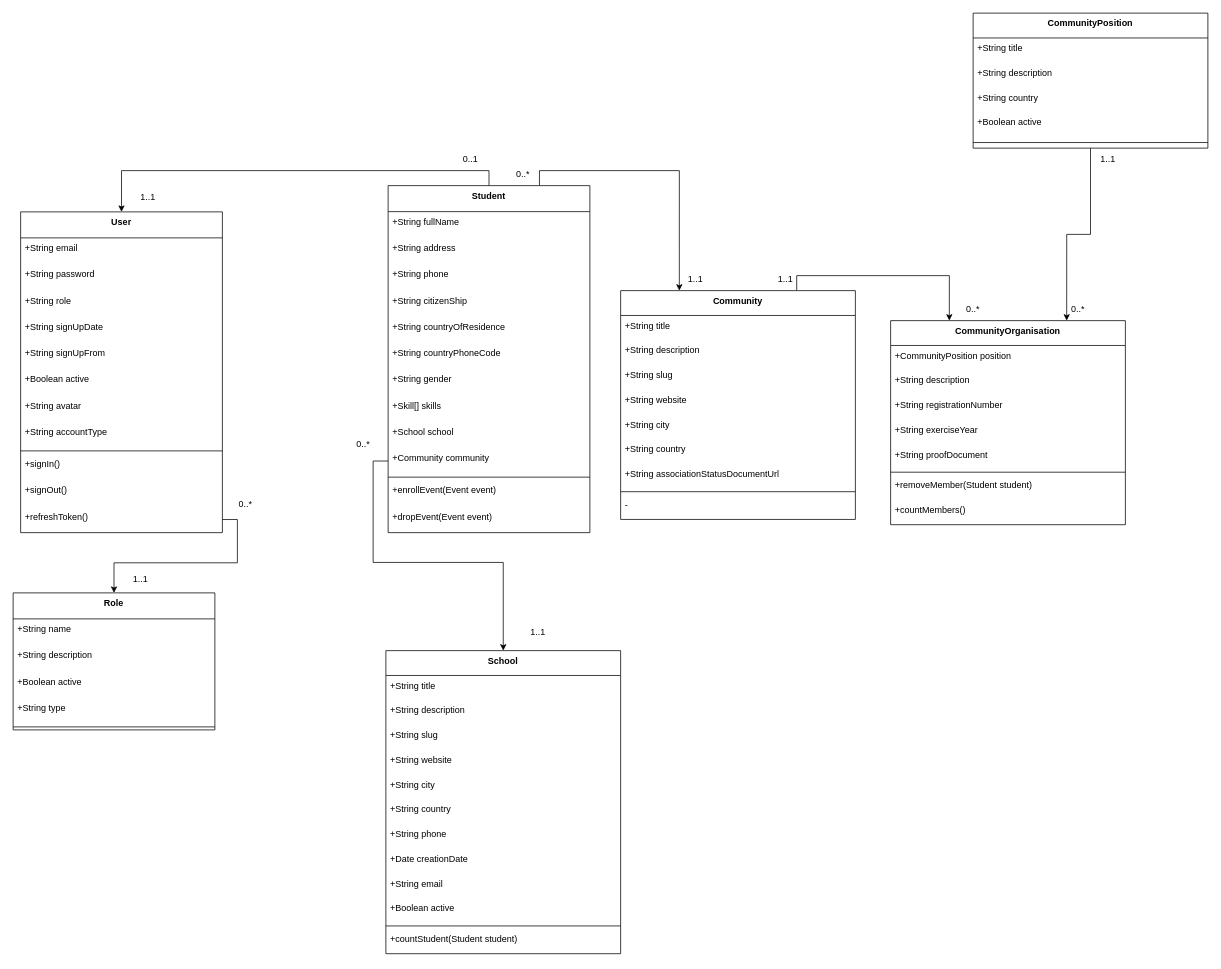
roniceyemeli/mini-projet-spring-boot-gl-e2-2025 keeps this draw.io diagram as mwanafunzi.drawio. Above is the earlier version. Source tidied: cells renumbered, new cells numbered last; positions are measured from the earlier drawing's top-left corner, leaving out a move shared by most shapes. Both pictures are drawn from the tidied source at 75%, with x=0, y=0 at pixel (13, 13).
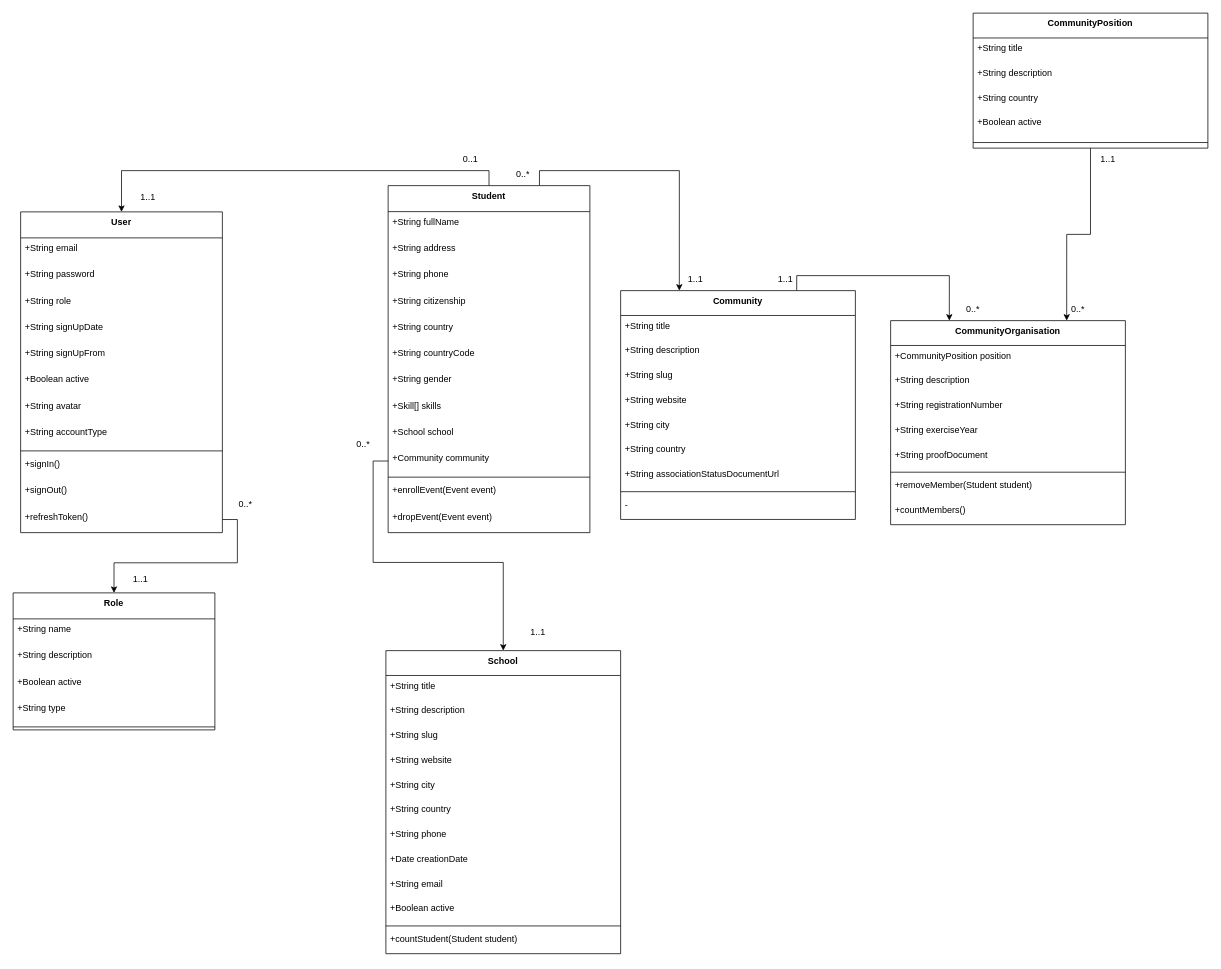
The same page after the edit.

Unchanged cells that the change refers to:
```xml
<mxCell id="4" value="Student" style="swimlane;fontStyle=1;align=center;verticalAlign=top;horizontal=1;startSize=34.666666666666664;" parent="1" vertex="1">
  <mxGeometry x="500" y="230" width="269" height="462.7" as="geometry" />
</mxCell>
```

What changed in the source:
```diff
@@
-    <mxCell id="8" value="+String citizenShip" style="text;strokeColor=none;fillColor=none;align=left;verticalAlign=top;spacingLeft=4;spacingRight=4;overflow=hidden;" parent="4" vertex="1">
+    <mxCell id="8" value="+String citizenship" style="text;strokeColor=none;fillColor=none;align=left;verticalAlign=top;spacingLeft=4;spacingRight=4;overflow=hidden;" parent="4" vertex="1">
       <mxGeometry y="139.7" width="269" height="35" as="geometry" />
     </mxCell>
-    <mxCell id="9" value="+String countryOfResidence" style="text;strokeColor=none;fillColor=none;align=left;verticalAlign=top;spacingLeft=4;spacingRight=4;overflow=hidden;" parent="4" vertex="1">
+    <mxCell id="9" value="+String country" style="text;strokeColor=none;fillColor=none;align=left;verticalAlign=top;spacingLeft=4;spacingRight=4;overflow=hidden;" parent="4" vertex="1">
       <mxGeometry y="174.7" width="269" height="35" as="geometry" />
     </mxCell>
-    <mxCell id="10" value="+String countryPhoneCode" style="text;strokeColor=none;fillColor=none;align=left;verticalAlign=top;spacingLeft=4;spacingRight=4;overflow=hidden;" parent="4" vertex="1">
+    <mxCell id="10" value="+String countryCode" style="text;strokeColor=none;fillColor=none;align=left;verticalAlign=top;spacingLeft=4;spacingRight=4;overflow=hidden;" parent="4" vertex="1">
       <mxGeometry y="209.7" width="269" height="35" as="geometry" />
     </mxCell>
```
